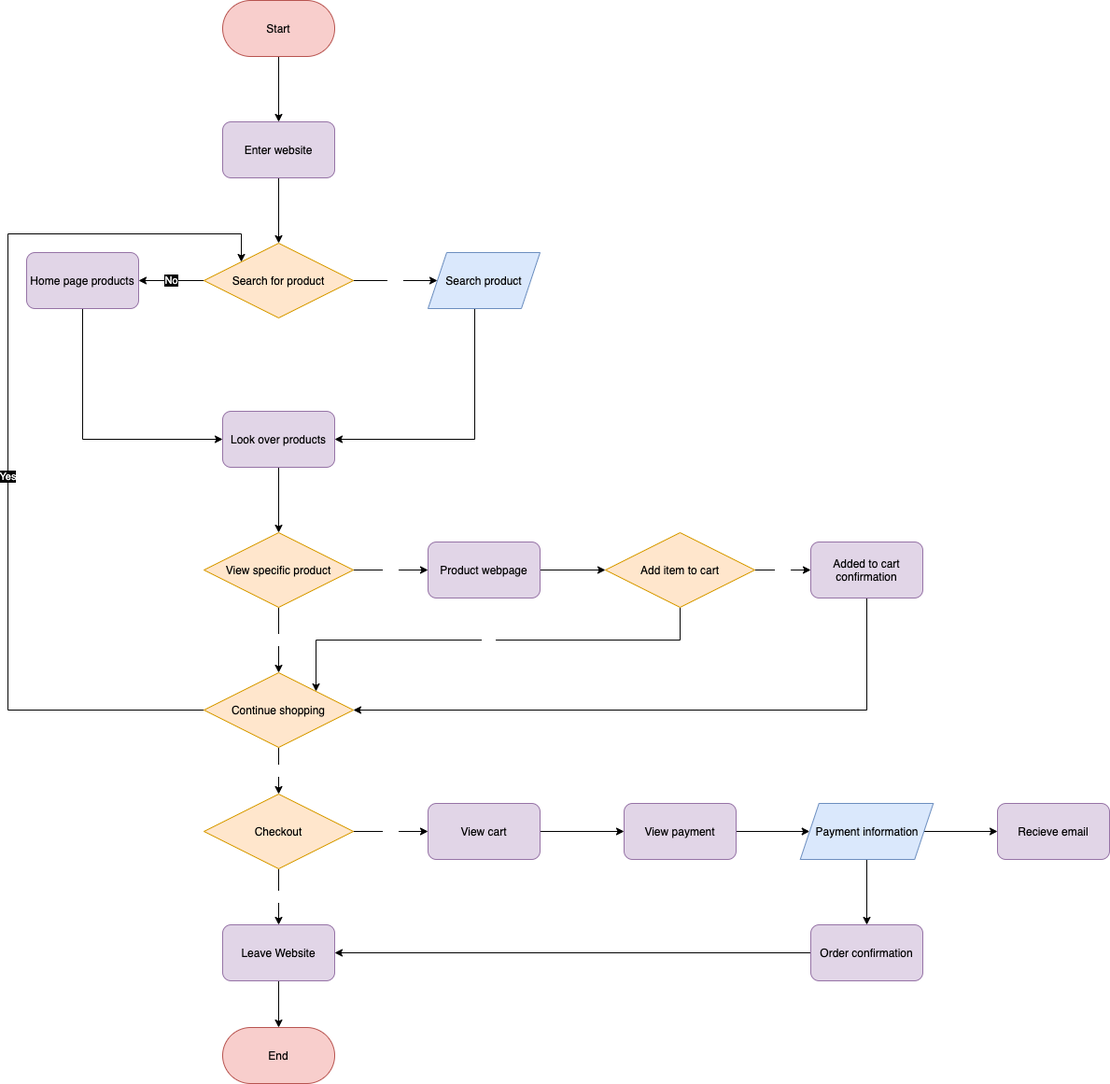
The draw.io diagram part2/part2.drawio.png in anishatwal/sp21-cse110-lab4, before a commit. Source tidied: cells renumbered, new cells last; positions are measured from the earlier drawing's top-left corner, leaving out a move shared by most shapes.
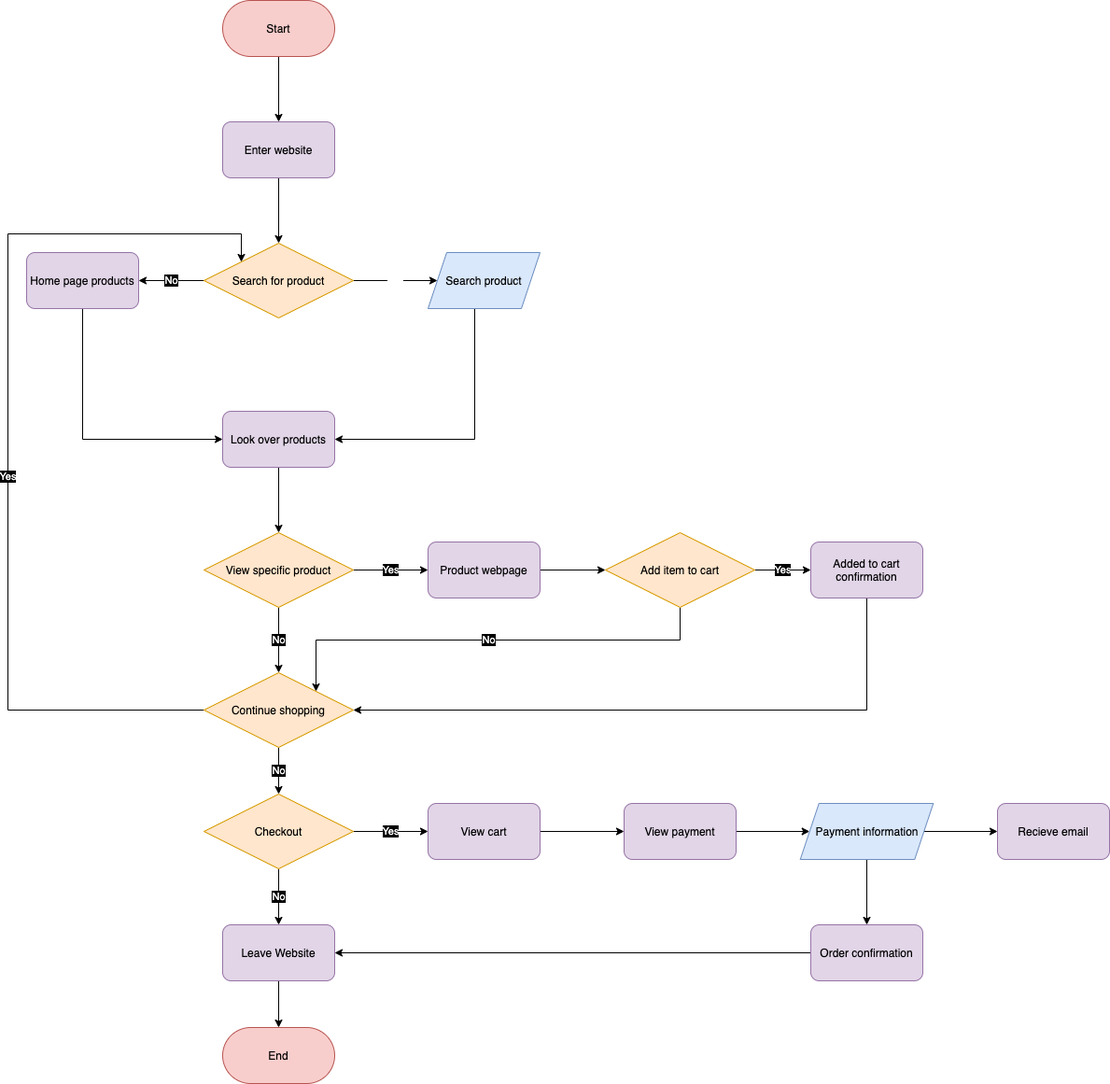
After the commit.

Change to the diagram source:
```diff
@@ -40,19 +40,19 @@
     <mxCell id="12" value="&lt;font color=&quot;#000000&quot;&gt;Search product&lt;/font&gt;" style="shape=parallelogram;perimeter=parallelogramPerimeter;whiteSpace=wrap;html=1;fixedSize=1;fillColor=#dae8fc;strokeColor=#6c8ebf;" parent="1" vertex="1">
       <mxGeometry x="450" y="270" width="120" height="60" as="geometry" />
     </mxCell>
-    <mxCell id="13" value="No" style="edgeStyle=orthogonalEdgeStyle;rounded=0;jettySize=auto;html=1;exitX=0.5;exitY=1;exitDx=0;exitDy=0;entryX=0.5;entryY=0;entryDx=0;entryDy=0;fontColor=#FFFFFF;" parent="1" edge="1" source="15" target="21">
+    <mxCell id="13" value="&lt;span style=&quot;background-color: rgb(0 , 0 , 0)&quot;&gt;No&lt;/span&gt;" style="edgeStyle=orthogonalEdgeStyle;rounded=0;jettySize=auto;html=1;exitX=0.5;exitY=1;exitDx=0;exitDy=0;entryX=0.5;entryY=0;entryDx=0;entryDy=0;fontColor=#FFFFFF;" parent="1" edge="1" source="15" target="21">
       <mxGeometry relative="1" as="geometry" />
     </mxCell>
-    <mxCell id="14" value="Yes" style="edgeStyle=orthogonalEdgeStyle;rounded=0;jettySize=auto;html=1;exitX=1;exitY=0.5;exitDx=0;exitDy=0;fontColor=#FFFFFF;" parent="1" edge="1" source="15" target="25">
+    <mxCell id="14" value="&lt;span style=&quot;background-color: rgb(0 , 0 , 0)&quot;&gt;Yes&lt;/span&gt;" style="edgeStyle=orthogonalEdgeStyle;rounded=0;jettySize=auto;html=1;exitX=1;exitY=0.5;exitDx=0;exitDy=0;fontColor=#FFFFFF;" parent="1" edge="1" source="15" target="25">
       <mxGeometry relative="1" as="geometry" />
     </mxCell>
     <mxCell id="15" value="View specific product" style="rhombus;whiteSpace=wrap;html=1;fillColor=#ffe6cc;strokeColor=#d79b00;fontColor=#000000;" parent="1" vertex="1">
       <mxGeometry x="210" y="570" width="160" height="80" as="geometry" />
     </mxCell>
-    <mxCell id="16" value="Yes" style="edgeStyle=orthogonalEdgeStyle;rounded=0;jettySize=auto;html=1;exitX=1;exitY=0.5;exitDx=0;exitDy=0;fontColor=#FFFFFF;" parent="1" edge="1" source="18" target="23">
+    <mxCell id="16" value="&lt;span style=&quot;background-color: rgb(0 , 0 , 0)&quot;&gt;Yes&lt;/span&gt;" style="edgeStyle=orthogonalEdgeStyle;rounded=0;jettySize=auto;html=1;exitX=1;exitY=0.5;exitDx=0;exitDy=0;fontColor=#FFFFFF;" parent="1" edge="1" source="18" target="23">
       <mxGeometry relative="1" as="geometry" />
     </mxCell>
-    <mxCell id="17" value="No" style="edgeStyle=orthogonalEdgeStyle;rounded=0;jettySize=auto;html=1;exitX=0.5;exitY=1;exitDx=0;exitDy=0;entryX=1;entryY=0;entryDx=0;entryDy=0;fontColor=#FFFFFF;" parent="1" edge="1" source="18" target="21">
+    <mxCell id="17" value="&lt;span style=&quot;background-color: rgb(0 , 0 , 0)&quot;&gt;No&lt;/span&gt;" style="edgeStyle=orthogonalEdgeStyle;rounded=0;jettySize=auto;html=1;exitX=0.5;exitY=1;exitDx=0;exitDy=0;entryX=1;entryY=0;entryDx=0;entryDy=0;fontColor=#FFFFFF;" parent="1" edge="1" source="18" target="21">
       <mxGeometry relative="1" as="geometry" />
     </mxCell>
     <mxCell id="18" value="Add item to cart" style="rhombus;whiteSpace=wrap;html=1;fillColor=#ffe6cc;strokeColor=#d79b00;fontColor=#000000;" parent="1" vertex="1">
@@ -67,7 +67,7 @@
         </Array>
       </mxGeometry>
     </mxCell>
-    <mxCell id="20" value="No" style="edgeStyle=orthogonalEdgeStyle;rounded=0;jettySize=auto;html=1;exitX=0.5;exitY=1;exitDx=0;exitDy=0;entryX=0.5;entryY=0;entryDx=0;entryDy=0;fontColor=#FFFFFF;" parent="1" edge="1" source="21" target="28">
+    <mxCell id="20" value="&lt;span style=&quot;background-color: rgb(0 , 0 , 0)&quot;&gt;No&lt;/span&gt;" style="edgeStyle=orthogonalEdgeStyle;rounded=0;jettySize=auto;html=1;exitX=0.5;exitY=1;exitDx=0;exitDy=0;entryX=0.5;entryY=0;entryDx=0;entryDy=0;fontColor=#FFFFFF;" parent="1" edge="1" source="21" target="28">
       <mxGeometry relative="1" as="geometry" />
     </mxCell>
     <mxCell id="21" value="Continue shopping" style="rhombus;whiteSpace=wrap;html=1;fillColor=#ffe6cc;strokeColor=#d79b00;fontColor=#000000;" parent="1" vertex="1">
@@ -85,10 +85,10 @@
     <mxCell id="25" value="Product webpage" style="rounded=1;whiteSpace=wrap;html=1;fillColor=#e1d5e7;strokeColor=#9673a6;fontColor=#000000;" parent="1" vertex="1">
       <mxGeometry x="450" y="580" width="120" height="60" as="geometry" />
     </mxCell>
-    <mxCell id="26" value="No" style="edgeStyle=orthogonalEdgeStyle;rounded=0;jettySize=auto;html=1;exitX=0.5;exitY=1;exitDx=0;exitDy=0;entryX=0.5;entryY=0;entryDx=0;entryDy=0;fontColor=#FFFFFF;" parent="1" edge="1" source="28" target="30">
+    <mxCell id="26" value="&lt;span style=&quot;background-color: rgb(0 , 0 , 0)&quot;&gt;No&lt;/span&gt;" style="edgeStyle=orthogonalEdgeStyle;rounded=0;jettySize=auto;html=1;exitX=0.5;exitY=1;exitDx=0;exitDy=0;entryX=0.5;entryY=0;entryDx=0;entryDy=0;fontColor=#FFFFFF;" parent="1" edge="1" source="28" target="30">
       <mxGeometry relative="1" as="geometry" />
     </mxCell>
-    <mxCell id="27" value="Yes" style="edgeStyle=orthogonalEdgeStyle;rounded=0;jettySize=auto;html=1;exitX=1;exitY=0.5;exitDx=0;exitDy=0;entryX=0;entryY=0.5;entryDx=0;entryDy=0;fontColor=#FFFFFF;" parent="1" edge="1" source="28" target="33">
+    <mxCell id="27" value="&lt;span style=&quot;background-color: rgb(0 , 0 , 0)&quot;&gt;Yes&lt;/span&gt;" style="edgeStyle=orthogonalEdgeStyle;rounded=0;jettySize=auto;html=1;exitX=1;exitY=0.5;exitDx=0;exitDy=0;entryX=0;entryY=0.5;entryDx=0;entryDy=0;fontColor=#FFFFFF;" parent="1" edge="1" source="28" target="33">
       <mxGeometry relative="1" as="geometry" />
     </mxCell>
     <mxCell id="28" value="Checkout" style="rhombus;whiteSpace=wrap;html=1;fillColor=#ffe6cc;strokeColor=#d79b00;fontColor=#000000;" parent="1" vertex="1">
```
